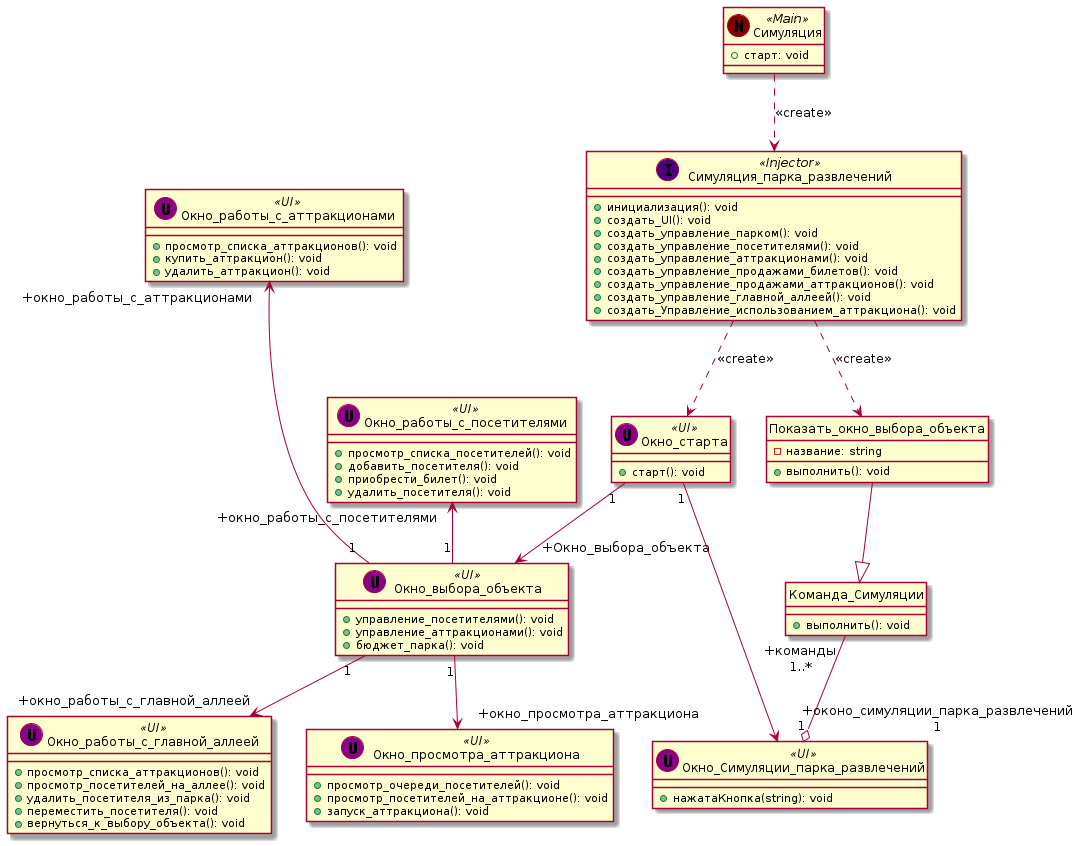
Before: description/images/ui-class-shorten-2.png, a diagram exported from PlantUML (mzhirko/amusement-park).
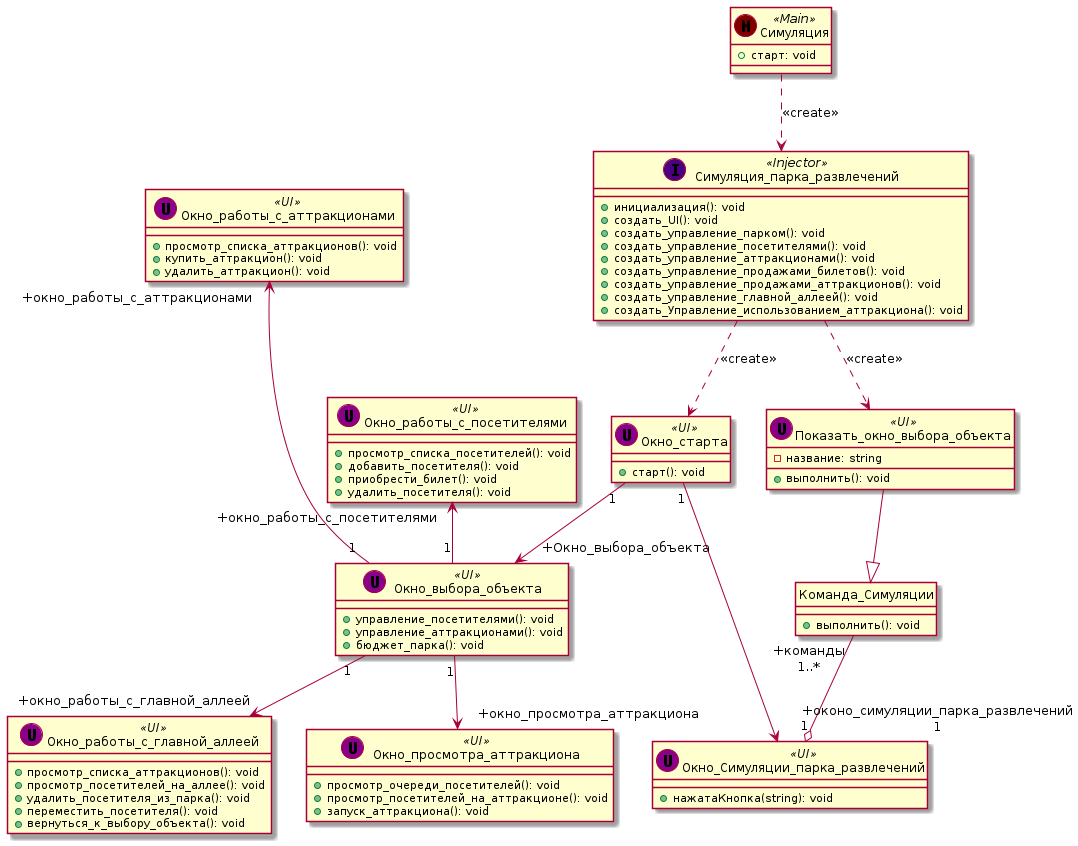
After the change.

Commit message:
Edit class + create state

Change to the diagram source:
```diff
@@ -64,7 +64,7 @@
 Окно_выбора_объекта "1" -->" +окно_работы_с_главной_аллеей" Окно_работы_с_главной_аллеей
 Окно_выбора_объекта "1" -->" +окно_просмотра_аттракциона" Окно_просмотра_аттракциона
 
-class Показать_окно_выбора_объекта {
+class Показать_окно_выбора_объекта << (U,DarkMagenta) UI>> {
     - название: string
     + выполнить(): void
 }
@@ -77,7 +77,6 @@
     + нажатаКнопка(string): void
 }
 
-hide Показать_окно_выбора_объекта circle
 hide Команда_Симуляции circle
 
 Симуляция_парка_развлечений ..> Показать_окно_выбора_объекта: <<create>>
```
